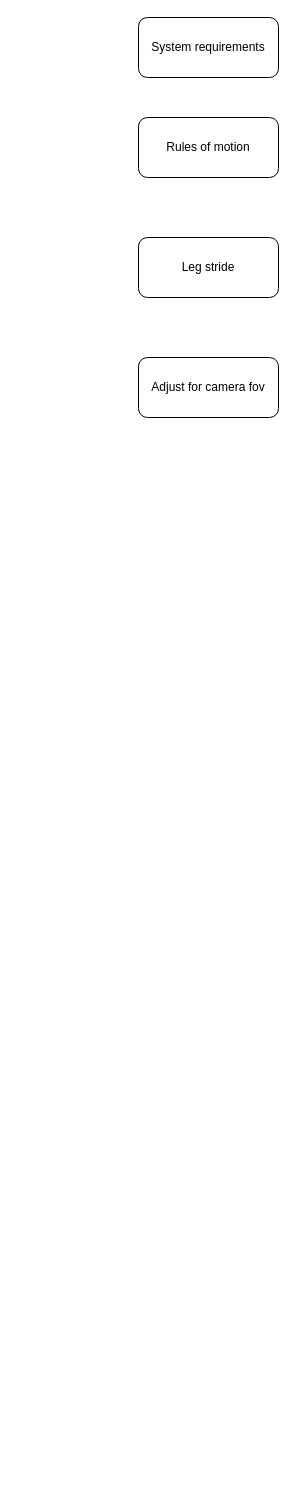
Earlier version of the draw.io diagram Design.drawio (PumpKPie/quadruped-development). Source tidied: cells renumbered, new cells numbered last; positions are measured from the earlier drawing's top-left corner, leaving out a move shared by most shapes. Both pictures are drawn from the tidied source at 100%, with x=0, y=0 at pixel (138, 17).
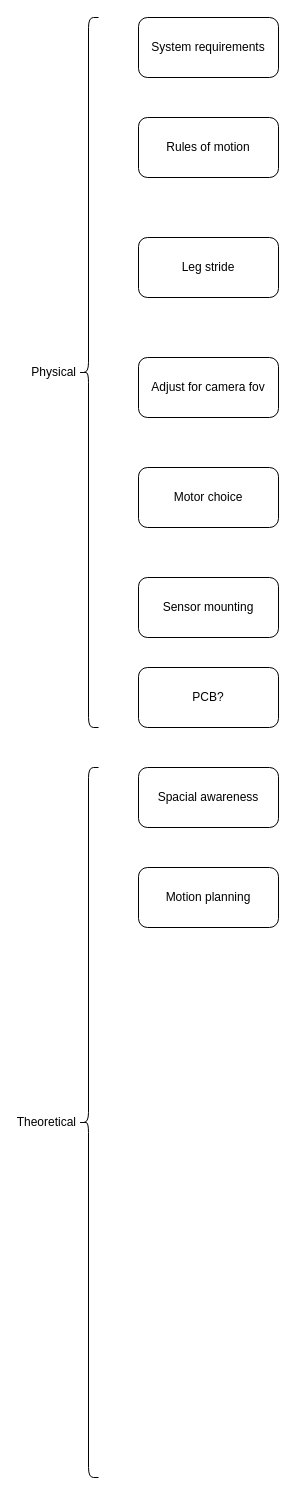
Above is the later version.

Diff of the diagram source:
```diff
@@
 <mxGraphModel>
   <root>
     <mxCell id="0" />
     <mxCell id="1" parent="0" />
     <mxCell id="2" value="System requirements" style="rounded=1;whiteSpace=wrap;html=1;" parent="1" vertex="1">
       <mxGeometry width="140" height="60" as="geometry" />
     </mxCell>
     <mxCell id="3" value="Rules of motion" style="rounded=1;whiteSpace=wrap;html=1;" parent="1" vertex="1">
       <mxGeometry y="100" width="140" height="60" as="geometry" />
     </mxCell>
     <mxCell id="4" value="Leg stride" style="rounded=1;whiteSpace=wrap;html=1;" parent="1" vertex="1">
       <mxGeometry y="220" width="140" height="60" as="geometry" />
     </mxCell>
     <mxCell id="5" value="Adjust for camera fov" style="rounded=1;whiteSpace=wrap;html=1;" parent="1" vertex="1">
       <mxGeometry y="340" width="140" height="60" as="geometry" />
     </mxCell>
+    <mxCell id="6" value="Sensor mounting" style="rounded=1;whiteSpace=wrap;html=1;" parent="1" vertex="1">
+      <mxGeometry y="560" width="140" height="60" as="geometry" />
+    </mxCell>
+    <mxCell id="7" value="Motor choice" style="rounded=1;whiteSpace=wrap;html=1;" parent="1" vertex="1">
+      <mxGeometry y="450" width="140" height="60" as="geometry" />
+    </mxCell>
+    <mxCell id="8" value="PCB?" style="rounded=1;whiteSpace=wrap;html=1;" parent="1" vertex="1">
+      <mxGeometry y="650" width="140" height="60" as="geometry" />
+    </mxCell>
+    <mxCell id="9" value="Physical " style="shape=curlyBracket;whiteSpace=wrap;html=1;rounded=1;labelPosition=left;verticalLabelPosition=middle;align=right;verticalAlign=middle;" parent="1" vertex="1">
+      <mxGeometry x="-60" width="20" height="710" as="geometry" />
+    </mxCell>
+    <mxCell id="10" value="Theoretical" style="shape=curlyBracket;whiteSpace=wrap;html=1;rounded=1;labelPosition=left;verticalLabelPosition=middle;align=right;verticalAlign=middle;" parent="1" vertex="1">
+      <mxGeometry x="-60" y="750" width="20" height="710" as="geometry" />
+    </mxCell>
+    <mxCell id="11" value="Motion planning" style="rounded=1;whiteSpace=wrap;html=1;" parent="1" vertex="1">
+      <mxGeometry y="850" width="140" height="60" as="geometry" />
+    </mxCell>
+    <mxCell id="12" value="Spacial awareness" style="rounded=1;whiteSpace=wrap;html=1;" parent="1" vertex="1">
+      <mxGeometry y="750" width="140" height="60" as="geometry" />
+    </mxCell>
   </root>
 </mxGraphModel>
```
